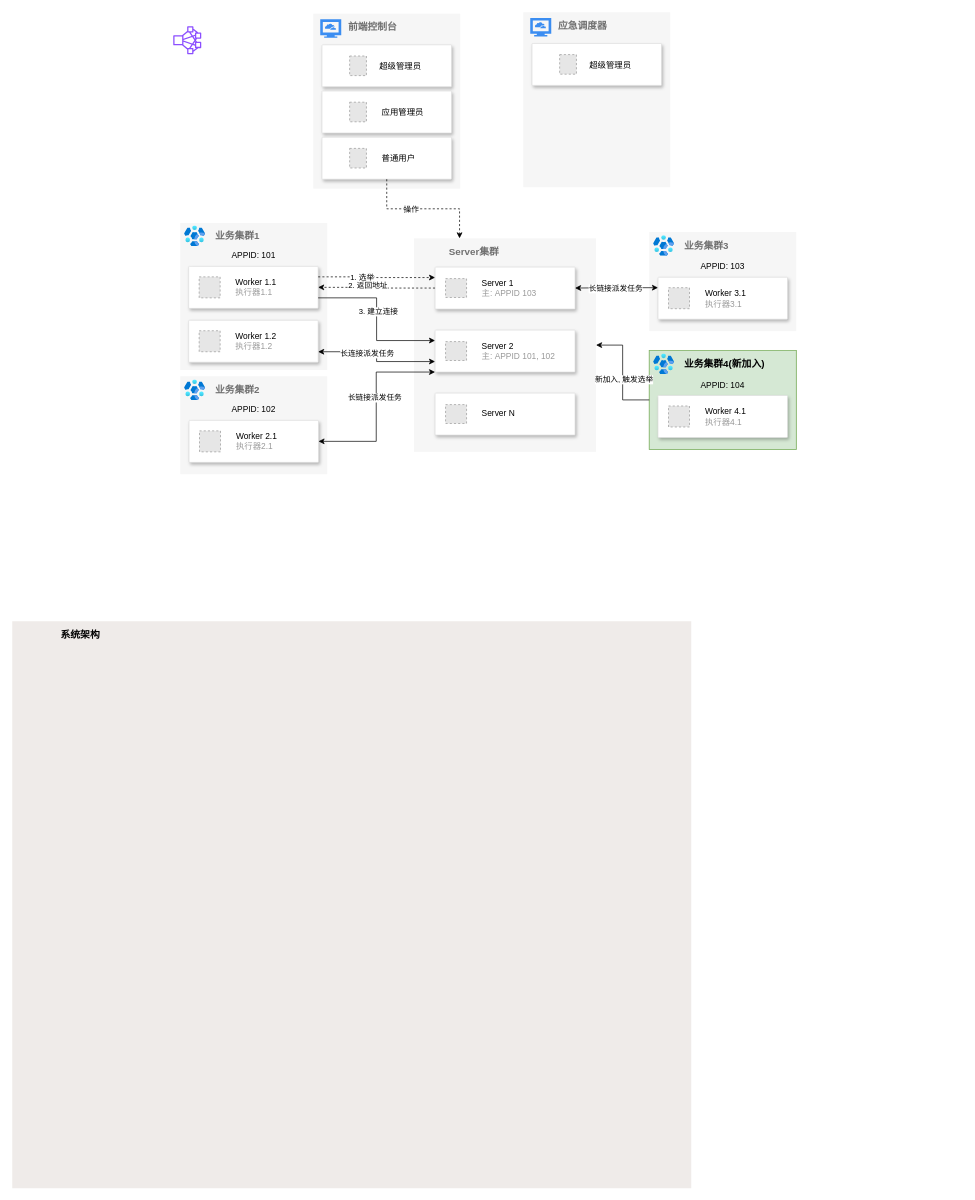
This is CFCA调度中心/系统架构.drawio from sd1026203/drawio, a draw.io file, before an edit. Source tidied: cells renumbered, new cells numbered last; positions are measured from the earlier drawing's top-left corner, leaving out a move shared by most shapes. Both pictures are drawn from the tidied source at 70%, with x=0, y=0 at pixel (12, 12). Pictures stored in the file or linked from it are replaced by grey dashed boxes.
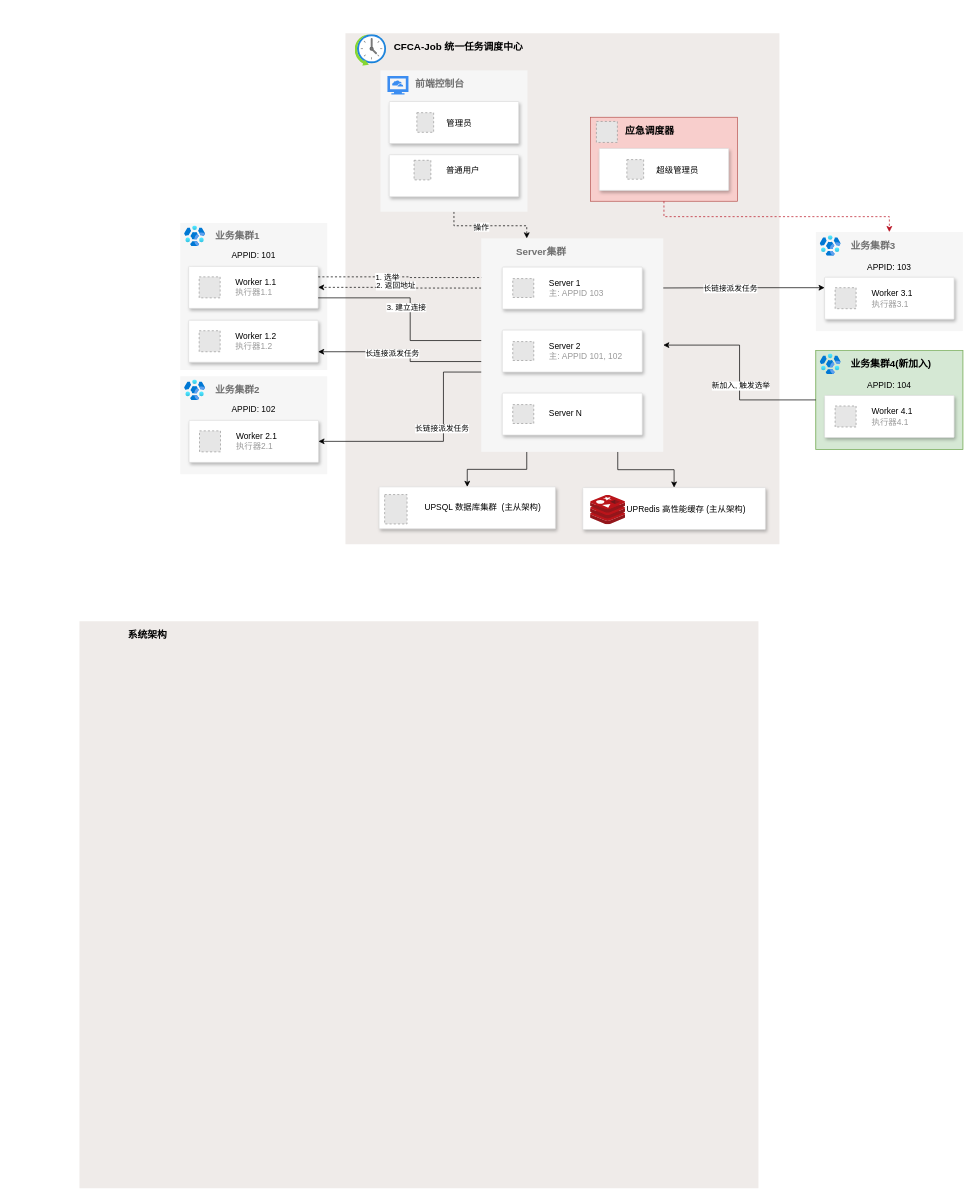
After the change.

Commit message:
更新系统架构.drawio

Unchanged cells that the change refers to:
```xml
<mxCell id="5" style="strokeColor=#dddddd;shadow=1;strokeWidth=1;rounded=1;absoluteArcSize=1;arcSize=2;" parent="3" vertex="1">
  <mxGeometry x="12.5" y="63" width="185" height="60" as="geometry" />
</mxCell>
<mxCell id="10" value="&lt;b&gt;业务集群3&lt;/b&gt;" style="fillColor=#F6F6F6;strokeColor=none;shadow=0;gradientColor=none;fontSize=14;align=left;spacing=10;fontColor=#717171;9E9E9E;verticalAlign=top;spacingTop=-4;fontStyle=0;spacingLeft=40;html=1;" parent="9" vertex="1">
  <mxGeometry width="210" height="141.5" as="geometry" />
</mxCell>
```

Change to the diagram source:
```diff
@@
+    <mxCell id="67" value="&lt;b&gt;&amp;nbsp; &amp;nbsp; &amp;nbsp;CFCA-Job 统一任务调度中心&lt;/b&gt;" style="fillColor=#EFEBE9;strokeColor=none;shadow=0;fontSize=14;align=left;spacing=10;9E9E9E;verticalAlign=top;spacingTop=-4;fontStyle=0;spacingLeft=40;html=1;" parent="1" vertex="1">
+      <mxGeometry x="476" y="30" width="620" height="730" as="geometry" />
+    </mxCell>
+    <mxCell id="68" style="fillColor=#ffffff;strokeColor=#dddddd;shadow=1;strokeWidth=1;rounded=1;absoluteArcSize=1;arcSize=2;" parent="1" vertex="1">
+      <mxGeometry x="815" y="679" width="261" height="60" as="geometry" />
+    </mxCell>
+    <mxCell id="69" style="fillColor=#ffffff;strokeColor=#dddddd;shadow=1;strokeWidth=1;rounded=1;absoluteArcSize=1;arcSize=2;" parent="1" vertex="1">
+      <mxGeometry x="524" y="678" width="252" height="60" as="geometry" />
+    </mxCell>
     <mxCell id="2" value="&lt;b&gt;&amp;nbsp; &amp;nbsp; &amp;nbsp;系统架构&lt;/b&gt;" style="fillColor=#EFEBE9;strokeColor=none;shadow=0;fontSize=14;align=left;spacing=10;9E9E9E;verticalAlign=top;spacingTop=-4;fontStyle=0;spacingLeft=40;html=1;" parent="1" vertex="1">
-      <mxGeometry y="870" width="970" height="810" as="geometry" />
+      <mxGeometry x="96" y="870" width="970" height="810" as="geometry" />
     </mxCell>
@@
     <mxCell id="9" style="group;" parent="1" vertex="1">
-      <mxGeometry x="910" y="314" width="210" height="141.5" as="geometry" />
+      <mxGeometry x="1148" y="314" width="210" height="141.5" as="geometry" />
     </mxCell>
@@
-    <mxCell id="22" style="group;" parent="1" vertex="1">
-      <mxGeometry x="574" y="323" width="260" height="305" as="geometry" />
-    </mxCell>
-    <mxCell id="23" value="&lt;b&gt;Server集群&lt;/b&gt;" style="fillColor=#F6F6F6;strokeColor=none;shadow=0;gradientColor=none;fontSize=14;align=left;spacing=10;fontColor=#717171;9E9E9E;verticalAlign=top;spacingTop=-4;fontStyle=0;spacingLeft=40;html=1;" parent="22" vertex="1">
-      <mxGeometry width="260" height="305" as="geometry" />
-    </mxCell>
-    <mxCell id="24" style="fillColor=#ffffff;strokeColor=#dddddd;shadow=1;strokeWidth=1;rounded=1;absoluteArcSize=1;arcSize=2;" parent="22" vertex="1">
-      <mxGeometry x="30" y="41" width="200" height="60" as="geometry" />
-    </mxCell>
-    <mxCell id="25" value="&lt;font color=&quot;#000000&quot;&gt;Server 1&lt;/font&gt;&lt;br&gt;主: APPID 103" style="fillColor=#E6E6E6;strokeColor=#999999;dashed=1;html=1;fontColor=#999999;verticalLabelPosition=middle;verticalAlign=middle;labelPosition=right;align=left;spacingLeft=20;" parent="24" vertex="1">
-      <mxGeometry width="30" height="27" relative="1" as="geometry">
-        <mxPoint x="15" y="16.5" as="offset" />
-      </mxGeometry>
-    </mxCell>
-    <mxCell id="26" style="fillColor=#ffffff;strokeColor=#dddddd;shadow=1;strokeWidth=1;rounded=1;absoluteArcSize=1;arcSize=2;" parent="22" vertex="1">
-      <mxGeometry x="30" y="131" width="200" height="60" as="geometry" />
-    </mxCell>
-    <mxCell id="27" value="&lt;font color=&quot;#000000&quot;&gt;Server 2&lt;/font&gt;&lt;br&gt;主: APPID 101, 102" style="fillColor=#E6E6E6;strokeColor=#999999;dashed=1;html=1;fontColor=#999999;verticalLabelPosition=middle;verticalAlign=middle;labelPosition=right;align=left;spacingLeft=20;" parent="26" vertex="1">
-      <mxGeometry width="30" height="27" relative="1" as="geometry">
-        <mxPoint x="15" y="16.5" as="offset" />
-      </mxGeometry>
-    </mxCell>
-    <mxCell id="28" style="fillColor=#ffffff;strokeColor=#dddddd;shadow=1;strokeWidth=1;rounded=1;absoluteArcSize=1;arcSize=2;" parent="22" vertex="1">
-      <mxGeometry x="30" y="221" width="200" height="60" as="geometry" />
-    </mxCell>
-    <mxCell id="29" value="&lt;font color=&quot;#000000&quot;&gt;Server N&lt;/font&gt;" style="fillColor=#E6E6E6;strokeColor=#999999;dashed=1;html=1;fontColor=#999999;verticalLabelPosition=middle;verticalAlign=middle;labelPosition=right;align=left;spacingLeft=20;" parent="28" vertex="1">
-      <mxGeometry width="30" height="27" relative="1" as="geometry">
-        <mxPoint x="15" y="16.5" as="offset" />
-      </mxGeometry>
-    </mxCell>
     <mxCell id="30" style="group;fillColor=#d5e8d4;strokeColor=#82b366;" parent="1" vertex="1">
-      <mxGeometry x="910" y="483" width="210" height="141.5" as="geometry" />
+      <mxGeometry x="1148" y="483" width="210" height="141.5" as="geometry" />
     </mxCell>
@@
     <mxCell id="44" style="edgeStyle=orthogonalEdgeStyle;rounded=0;jettySize=auto;html=1;exitX=1;exitY=0.5;exitDx=0;exitDy=0;entryX=0;entryY=1;entryDx=0;entryDy=0;startArrow=classic;startFill=1;" parent="1" edge="1" source="5" target="26">
       <mxGeometry relative="1" as="geometry">
         <Array as="points">
-          <mxPoint x="520" y="613" />
-          <mxPoint x="520" y="514" />
+          <mxPoint x="616" y="613" />
+          <mxPoint x="616" y="514" />
         </Array>
       </mxGeometry>
     </mxCell>
@@
-    <mxCell id="50" style="sketch=0;fontColor=#232F3E;gradientColor=none;fillColor=#8C4FFF;strokeColor=none;dashed=0;verticalLabelPosition=bottom;verticalAlign=top;align=center;html=1;fontSize=12;fontStyle=0;shape=mxgraph.aws4.cluster;" parent="1" vertex="1">
-      <mxGeometry x="230" y="20" width="40" height="40" as="geometry" />
-    </mxCell>
-    <mxCell id="51" style="group;" parent="1" vertex="1">
-      <mxGeometry x="430" y="2" width="210" height="250" as="geometry" />
-    </mxCell>
-    <mxCell id="52" value="&lt;b&gt;前端控制台&lt;/b&gt;" style="fillColor=#F6F6F6;strokeColor=none;shadow=0;gradientColor=none;fontSize=14;align=left;spacing=10;fontColor=#717171;9E9E9E;verticalAlign=top;spacingTop=-4;fontStyle=0;spacingLeft=40;html=1;" parent="51" vertex="1">
-      <mxGeometry width="210" height="250" as="geometry" />
-    </mxCell>
-    <mxCell id="53" style="strokeColor=#dddddd;shadow=1;strokeWidth=1;rounded=1;absoluteArcSize=1;arcSize=2;" parent="51" vertex="1">
-      <mxGeometry x="12.5" y="44.5" width="185" height="60" as="geometry" />
-    </mxCell>
-    <mxCell id="54" style="sketch=0;html=1;strokeColor=none;shadow=0;fillColor=#3B8DF1;verticalAlign=top;labelPosition=center;verticalLabelPosition=bottom;shape=mxgraph.gcp2.cloud_computer;" parent="51" vertex="1">
-      <mxGeometry x="10" y="8.1" width="30" height="26.4" as="geometry" />
-    </mxCell>
-    <mxCell id="55" style="strokeColor=#dddddd;shadow=1;strokeWidth=1;rounded=1;absoluteArcSize=1;arcSize=2;" parent="51" vertex="1">
-      <mxGeometry x="12.5" y="110.5" width="185" height="60" as="geometry" />
-    </mxCell>
-    <mxCell id="56" style="strokeColor=#dddddd;shadow=1;strokeWidth=1;rounded=1;absoluteArcSize=1;arcSize=2;" parent="51" vertex="1">
-      <mxGeometry x="12.5" y="176.5" width="185" height="60" as="geometry" />
-    </mxCell>
-    <mxCell id="57" value="     超级管理员" style="fillColor=#E6E6E6;strokeColor=#999999;dashed=1;verticalLabelPosition=middle;labelBackgroundColor=default;verticalAlign=middle;labelPosition=right;align=left;" parent="51" vertex="1">
-      <mxGeometry x="52" y="60.5" width="24" height="28" as="geometry" />
-    </mxCell>
-    <mxCell id="58" value="      应用管理员" style="fillColor=#E6E6E6;strokeColor=#999999;dashed=1;verticalLabelPosition=middle;labelBackgroundColor=default;verticalAlign=middle;labelPosition=right;align=left;" parent="51" vertex="1">
-      <mxGeometry x="52" y="126.5" width="24" height="28" as="geometry" />
-    </mxCell>
-    <mxCell id="59" value="      普通用户" style="fillColor=#E6E6E6;strokeColor=#999999;dashed=1;verticalLabelPosition=middle;labelBackgroundColor=default;verticalAlign=middle;labelPosition=right;align=left;" parent="51" vertex="1">
-      <mxGeometry x="52" y="192.5" width="24" height="28" as="geometry" />
-    </mxCell>
-    <mxCell id="60" style="edgeStyle=orthogonalEdgeStyle;rounded=0;jettySize=auto;html=1;entryX=0.25;entryY=0;entryDx=0;entryDy=0;dashed=1;" parent="1" edge="1" source="56" target="23">
+    <mxCell id="60" style="edgeStyle=orthogonalEdgeStyle;rounded=0;jettySize=auto;html=1;entryX=0.25;entryY=0;entryDx=0;entryDy=0;dashed=1;exitX=0.5;exitY=1;exitDx=0;exitDy=0;" parent="1" edge="1" source="52" target="23">
       <mxGeometry relative="1" as="geometry" />
     </mxCell>
@@
     <mxCell id="62" style="group;" parent="1" vertex="1">
-      <mxGeometry x="730" width="210" height="250" as="geometry" />
+      <mxGeometry x="826" y="70" width="210" height="250" as="geometry" />
     </mxCell>
-    <mxCell id="63" value="&lt;b&gt;应急调度器&lt;/b&gt;" style="fillColor=#F6F6F6;strokeColor=none;shadow=0;gradientColor=none;fontSize=14;align=left;spacing=10;fontColor=#717171;9E9E9E;verticalAlign=top;spacingTop=-4;fontStyle=0;spacingLeft=40;html=1;" parent="62" vertex="1">
-      <mxGeometry width="210" height="250" as="geometry" />
+    <mxCell id="63" value="&lt;b&gt;应急调度器&lt;/b&gt;" style="fillColor=#f8cecc;strokeColor=#b85450;shadow=0;fontSize=14;align=left;spacing=10;9E9E9E;verticalAlign=top;spacingTop=-4;fontStyle=0;spacingLeft=40;html=1;" parent="62" vertex="1">
+      <mxGeometry y="80" width="210" height="120" as="geometry" />
     </mxCell>
     <mxCell id="64" style="strokeColor=#dddddd;shadow=1;strokeWidth=1;rounded=1;absoluteArcSize=1;arcSize=2;" parent="62" vertex="1">
-      <mxGeometry x="12.5" y="44.5" width="185" height="60" as="geometry" />
+      <mxGeometry x="12.5" y="124.5" width="185" height="60" as="geometry" />
     </mxCell>
-    <mxCell id="65" style="sketch=0;html=1;strokeColor=none;shadow=0;fillColor=#3B8DF1;verticalAlign=top;labelPosition=center;verticalLabelPosition=bottom;shape=mxgraph.gcp2.cloud_computer;" parent="62" vertex="1">
-      <mxGeometry x="10" y="8.1" width="30" height="26.4" as="geometry" />
-    </mxCell>
     <mxCell id="66" value="     超级管理员" style="fillColor=#E6E6E6;strokeColor=#999999;dashed=1;verticalLabelPosition=middle;labelBackgroundColor=default;verticalAlign=middle;labelPosition=right;align=left;" parent="62" vertex="1">
-      <mxGeometry x="52" y="60.5" width="24" height="28" as="geometry" />
+      <mxGeometry x="52" y="140.5" width="24" height="28" as="geometry" />
     </mxCell>
+    <mxCell id="70" style="fillColor=#E6E6E6;strokeColor=#999999;dashed=1;html=1;verticalAlign=top;verticalLabelPosition=bottom;labelBackgroundColor=#ffffff;" parent="62" vertex="1">
+      <mxGeometry x="8.5" y="86" width="30" height="30" as="geometry" />
+    </mxCell>
+    <mxCell id="71" style="edgeStyle=orthogonalEdgeStyle;rounded=0;jettySize=auto;html=1;exitX=0.5;exitY=1;exitDx=0;exitDy=0;entryX=0.5;entryY=0;entryDx=0;entryDy=0;fillColor=#f8cecc;strokeColor=#B81222;dashed=1;" parent="1" edge="1" source="63" target="10">
+      <mxGeometry relative="1" as="geometry" />
+    </mxCell>
+    <mxCell id="72" value="&lt;font style=&quot;color: light-dark(rgb(0, 0, 0), rgb(237, 237, 237)); font-weight: normal; font-size: 12px;&quot;&gt;&amp;nbsp; &amp;nbsp; &amp;nbsp; &lt;font style=&quot;&quot;&gt;&amp;nbsp;UPSQL 数据库集群&amp;nbsp; (主从架构)&lt;/font&gt;&lt;/font&gt;" style="fillColor=#E6E6E6;strokeColor=#999999;dashed=1;html=1;verticalAlign=middle;labelPosition=right;verticalLabelPosition=middle;align=left;spacingTop=-6;fontSize=11;fontStyle=1;fontColor=#999999;" parent="1" vertex="1">
+      <mxGeometry x="532" y="689" width="32" height="42" as="geometry" />
+    </mxCell>
+    <mxCell id="73" style="edgeStyle=orthogonalEdgeStyle;rounded=0;jettySize=auto;html=1;exitX=0.25;exitY=1;exitDx=0;exitDy=0;" parent="1" edge="1" source="23" target="69">
+      <mxGeometry relative="1" as="geometry" />
+    </mxCell>
+    <mxCell id="52" value="&lt;b&gt;前端控制台&lt;/b&gt;" style="fillColor=#F6F6F6;strokeColor=none;shadow=0;gradientColor=none;fontSize=14;align=left;spacing=10;fontColor=#717171;9E9E9E;verticalAlign=top;spacingTop=-4;fontStyle=0;spacingLeft=40;html=1;" parent="1" vertex="1">
+      <mxGeometry x="526" y="83" width="210" height="202" as="geometry" />
+    </mxCell>
+    <mxCell id="53" style="strokeColor=#dddddd;shadow=1;strokeWidth=1;rounded=1;absoluteArcSize=1;arcSize=2;" parent="1" vertex="1">
+      <mxGeometry x="538.5" y="127.5" width="185" height="60" as="geometry" />
+    </mxCell>
+    <mxCell id="54" style="sketch=0;html=1;strokeColor=none;shadow=0;fillColor=#3B8DF1;verticalAlign=top;labelPosition=center;verticalLabelPosition=bottom;shape=mxgraph.gcp2.cloud_computer;" parent="1" vertex="1">
+      <mxGeometry x="536" y="91.1" width="30" height="26.4" as="geometry" />
+    </mxCell>
+    <mxCell id="56" style="strokeColor=#dddddd;shadow=1;strokeWidth=1;rounded=1;absoluteArcSize=1;arcSize=2;" parent="1" vertex="1">
+      <mxGeometry x="538.5" y="203.5" width="185" height="60" as="geometry" />
+    </mxCell>
+    <mxCell id="57" value="     管理员" style="fillColor=#E6E6E6;strokeColor=#999999;dashed=1;verticalLabelPosition=middle;labelBackgroundColor=default;verticalAlign=middle;labelPosition=right;align=left;" parent="1" vertex="1">
+      <mxGeometry x="578" y="143.5" width="24" height="28" as="geometry" />
+    </mxCell>
+    <mxCell id="59" value="      普通用户" style="fillColor=#E6E6E6;strokeColor=#999999;dashed=1;verticalLabelPosition=middle;labelBackgroundColor=default;verticalAlign=middle;labelPosition=right;align=left;" parent="1" vertex="1">
+      <mxGeometry x="574" y="211.5" width="24" height="28" as="geometry" />
+    </mxCell>
+    <mxCell id="74" style="edgeStyle=orthogonalEdgeStyle;rounded=0;jettySize=auto;html=1;exitX=0.75;exitY=1;exitDx=0;exitDy=0;" parent="1" edge="1" source="23" target="68">
+      <mxGeometry relative="1" as="geometry" />
+    </mxCell>
+    <mxCell id="23" value="&lt;b&gt;Server集群&lt;/b&gt;" style="fillColor=#F6F6F6;strokeColor=none;shadow=0;gradientColor=none;fontSize=14;align=left;spacing=10;fontColor=#717171;9E9E9E;verticalAlign=top;spacingTop=-4;fontStyle=0;spacingLeft=40;html=1;" parent="1" vertex="1">
+      <mxGeometry x="670" y="323" width="260" height="305" as="geometry" />
+    </mxCell>
+    <mxCell id="24" style="fillColor=#ffffff;strokeColor=#dddddd;shadow=1;strokeWidth=1;rounded=1;absoluteArcSize=1;arcSize=2;" parent="1" vertex="1">
+      <mxGeometry x="700" y="364" width="200" height="60" as="geometry" />
+    </mxCell>
+    <mxCell id="25" value="&lt;font color=&quot;#000000&quot;&gt;Server 1&lt;/font&gt;&lt;br&gt;主: APPID 103" style="fillColor=#E6E6E6;strokeColor=#999999;dashed=1;html=1;fontColor=#999999;verticalLabelPosition=middle;verticalAlign=middle;labelPosition=right;align=left;spacingLeft=20;" parent="24" vertex="1">
+      <mxGeometry width="30" height="27" relative="1" as="geometry">
+        <mxPoint x="15" y="16.5" as="offset" />
+      </mxGeometry>
+    </mxCell>
+    <mxCell id="26" style="fillColor=#ffffff;strokeColor=#dddddd;shadow=1;strokeWidth=1;rounded=1;absoluteArcSize=1;arcSize=2;" parent="1" vertex="1">
+      <mxGeometry x="700" y="454" width="200" height="60" as="geometry" />
+    </mxCell>
+    <mxCell id="27" value="&lt;font color=&quot;#000000&quot;&gt;Server 2&lt;/font&gt;&lt;br&gt;主: APPID 101, 102" style="fillColor=#E6E6E6;strokeColor=#999999;dashed=1;html=1;fontColor=#999999;verticalLabelPosition=middle;verticalAlign=middle;labelPosition=right;align=left;spacingLeft=20;" parent="26" vertex="1">
+      <mxGeometry width="30" height="27" relative="1" as="geometry">
+        <mxPoint x="15" y="16.5" as="offset" />
+      </mxGeometry>
+    </mxCell>
+    <mxCell id="28" style="fillColor=#ffffff;strokeColor=#dddddd;shadow=1;strokeWidth=1;rounded=1;absoluteArcSize=1;arcSize=2;" parent="1" vertex="1">
+      <mxGeometry x="700" y="544" width="200" height="60" as="geometry" />
+    </mxCell>
+    <mxCell id="29" value="&lt;font color=&quot;#000000&quot;&gt;Server N&lt;/font&gt;" style="fillColor=#E6E6E6;strokeColor=#999999;dashed=1;html=1;fontColor=#999999;verticalLabelPosition=middle;verticalAlign=middle;labelPosition=right;align=left;spacingLeft=20;" parent="28" vertex="1">
+      <mxGeometry width="30" height="27" relative="1" as="geometry">
+        <mxPoint x="15" y="16.5" as="offset" />
+      </mxGeometry>
+    </mxCell>
+    <mxCell id="75" value="UPRedis 高性能缓存 (主从架构)" style="image;sketch=0;html=1;align=left;fontSize=12;image=img/lib/mscae/Cache_Redis_Product.svg;labelPosition=right;verticalLabelPosition=middle;verticalAlign=middle;" parent="1" vertex="1">
+      <mxGeometry x="826" y="690" width="50" height="42" as="geometry" />
+    </mxCell>
+    <mxCell id="76" style="image;html=1;align=center;fontSize=12;image=img/lib/azure2/general/Scheduler.svg;" parent="1" vertex="1">
+      <mxGeometry x="489.5" y="32" width="45" height="45" as="geometry" />
+    </mxCell>
```
